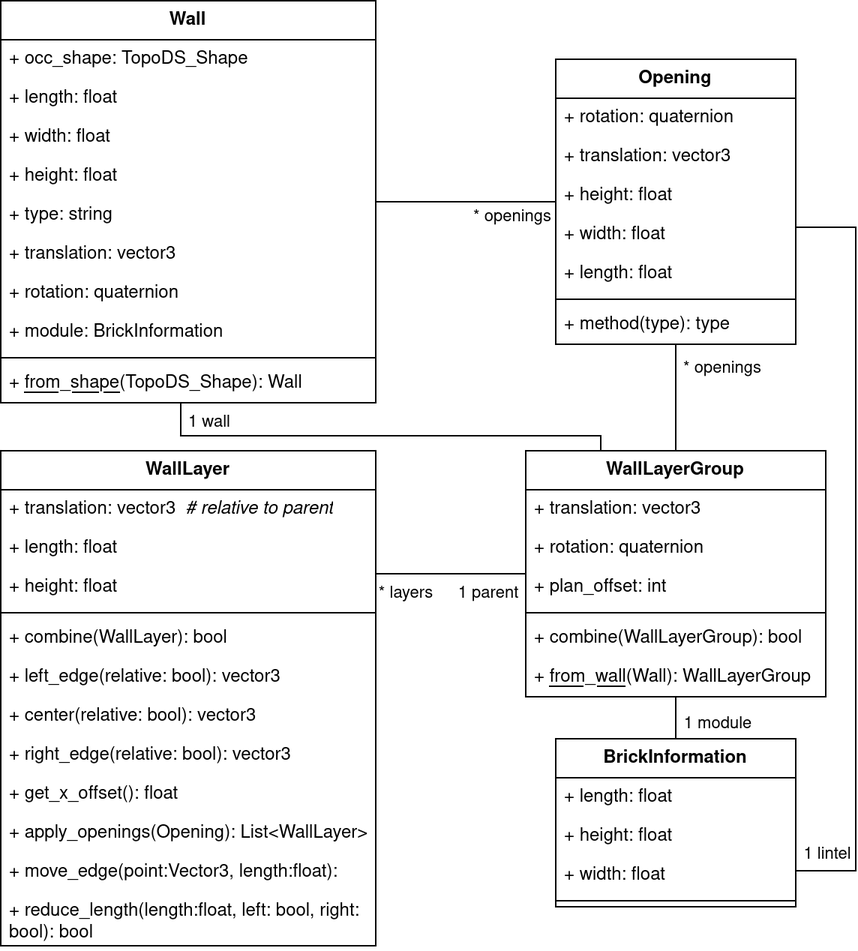
This is txt/fig/klassendiagramm_apply_module.drawio.png from rossizero/masterarbeit, a draw.io export, as it was before one commit. Source tidied: cells renumbered, new cells last; positions are measured from the earlier drawing's top-left corner, leaving out a move shared by most shapes.
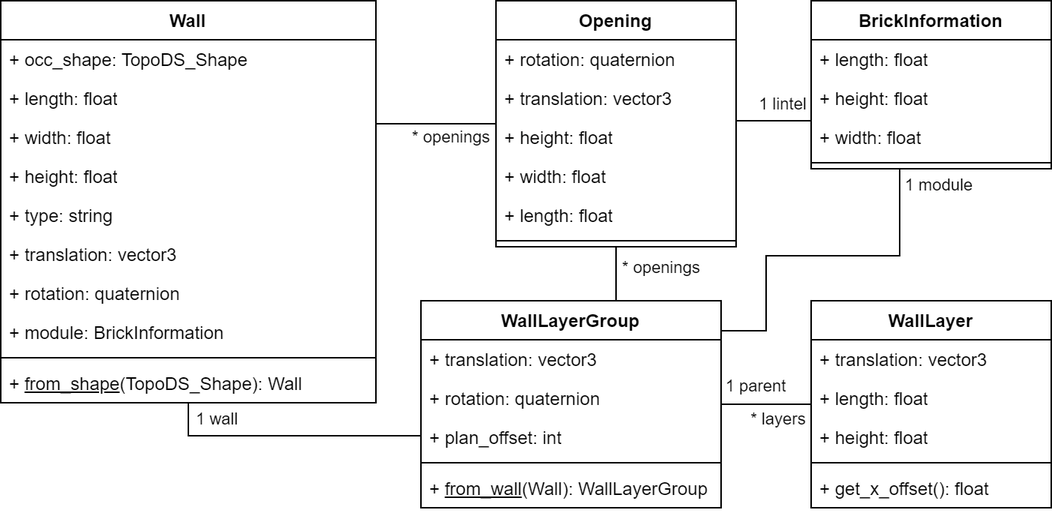
After the change.

What changed in the source:
```diff
@@ -35,11 +35,10 @@
     <mxCell id="12" value="+ &lt;u&gt;from_shape&lt;/u&gt;(TopoDS_Shape): Wall" style="text;strokeColor=none;fillColor=none;align=left;verticalAlign=top;spacingLeft=4;spacingRight=4;overflow=hidden;whiteSpace=wrap;html=1;" parent="2" vertex="1">
       <mxGeometry y="242" width="250" height="26" as="geometry" />
     </mxCell>
-    <mxCell id="13" style="edgeStyle=orthogonalEdgeStyle;rounded=0;jettySize=auto;html=1;exitX=0.5;exitY=0;exitDx=0;exitDy=0;endArrow=none;endFill=0;" parent="1" edge="1" source="17" target="46">
+    <mxCell id="13" style="edgeStyle=orthogonalEdgeStyle;rounded=0;jettySize=auto;html=1;exitX=0.5;exitY=0;exitDx=0;exitDy=0;endArrow=none;endFill=0;" parent="1" edge="1" source="17" target="39">
       <mxGeometry relative="1" as="geometry">
         <Array as="points">
-          <mxPoint x="450" y="260" />
-          <mxPoint x="450" y="260" />
+          <mxPoint x="410" y="200" />
         </Array>
       </mxGeometry>
     </mxCell>
@@ -48,21 +47,20 @@
         <mxPoint x="30" y="-1" as="offset" />
       </mxGeometry>
     </mxCell>
-    <mxCell id="15" style="edgeStyle=orthogonalEdgeStyle;rounded=0;jettySize=auto;html=1;exitX=0.25;exitY=0;exitDx=0;exitDy=0;entryX=0.5;entryY=1;entryDx=0;entryDy=0;endArrow=none;endFill=0;" parent="1" edge="1" source="17" target="2">
+    <mxCell id="15" style="edgeStyle=orthogonalEdgeStyle;rounded=0;jettySize=auto;html=1;entryX=0.5;entryY=1;entryDx=0;entryDy=0;endArrow=none;endFill=0;" parent="1" edge="1" source="17" target="2">
       <mxGeometry relative="1" as="geometry">
         <Array as="points">
-          <mxPoint x="400" y="290" />
-          <mxPoint x="120" y="290" />
+          <mxPoint x="125" y="290" />
         </Array>
       </mxGeometry>
     </mxCell>
     <mxCell id="16" value="1 wall" style="edgeLabel;html=1;align=center;verticalAlign=middle;" parent="15" vertex="1">
       <mxGeometry x="0.29" y="-2" relative="1" as="geometry">
-        <mxPoint x="-68" y="-8" as="offset" />
+        <mxPoint x="-22" y="-9" as="offset" />
       </mxGeometry>
     </mxCell>
     <mxCell id="17" value="&lt;div&gt;WallLayerGroup&lt;/div&gt;" style="swimlane;fontStyle=1;align=center;verticalAlign=top;horizontal=1;startSize=26;whiteSpace=wrap;html=1;" parent="1" vertex="1">
-      <mxGeometry x="350" y="300" width="200" height="164" as="geometry" />
+      <mxGeometry x="280" y="200" width="200" height="138" as="geometry" />
     </mxCell>
     <mxCell id="18" value="+ translation: vector3" style="text;strokeColor=none;fillColor=none;align=left;verticalAlign=top;spacingLeft=4;spacingRight=4;overflow=hidden;whiteSpace=wrap;html=1;" parent="17" vertex="1">
       <mxGeometry y="26" width="200" height="26" as="geometry" />
@@ -76,66 +74,42 @@
     <mxCell id="21" style="line;strokeWidth=1;fillColor=none;align=left;verticalAlign=middle;spacingTop=-1;spacingLeft=3;spacingRight=3;labelPosition=right;strokeColor=inherit;" parent="17" vertex="1">
       <mxGeometry y="104" width="200" height="8" as="geometry" />
     </mxCell>
-    <mxCell id="22" value="+ combine(WallLayerGroup): bool" style="text;strokeColor=none;fillColor=none;align=left;verticalAlign=top;spacingLeft=4;spacingRight=4;overflow=hidden;whiteSpace=wrap;html=1;" parent="17" vertex="1">
-      <mxGeometry y="112" width="200" height="26" as="geometry" />
-    </mxCell>
     <mxCell id="23" value="+ &lt;u&gt;from_wall&lt;/u&gt;(Wall): WallLayerGroup" style="text;strokeColor=none;fillColor=none;align=left;verticalAlign=top;spacingLeft=4;spacingRight=4;overflow=hidden;whiteSpace=wrap;html=1;" parent="17" vertex="1">
-      <mxGeometry y="138" width="200" height="26" as="geometry" />
+      <mxGeometry y="112" width="200" height="26" as="geometry" />
     </mxCell>
     <mxCell id="24" value="WallLayer" style="swimlane;fontStyle=1;align=center;verticalAlign=top;horizontal=1;startSize=26;whiteSpace=wrap;html=1;" parent="1" vertex="1">
-      <mxGeometry y="300" width="250" height="330" as="geometry" />
+      <mxGeometry x="540" y="200" width="160" height="138" as="geometry" />
     </mxCell>
-    <mxCell id="25" value="&lt;div&gt;+ translation: vector3&amp;nbsp; &lt;i&gt;# relative to parent&lt;/i&gt;&lt;br&gt;&lt;/div&gt;" style="text;strokeColor=none;fillColor=none;align=left;verticalAlign=top;spacingLeft=4;spacingRight=4;overflow=hidden;whiteSpace=wrap;html=1;" parent="24" vertex="1">
-      <mxGeometry y="26" width="250" height="26" as="geometry" />
+    <mxCell id="25" value="&lt;div&gt;+ translation: vector3&lt;br&gt;&lt;/div&gt;" style="text;strokeColor=none;fillColor=none;align=left;verticalAlign=top;spacingLeft=4;spacingRight=4;overflow=hidden;whiteSpace=wrap;html=1;" parent="24" vertex="1">
+      <mxGeometry y="26" width="160" height="26" as="geometry" />
     </mxCell>
     <mxCell id="26" value="&lt;div&gt;+ length: float&lt;/div&gt;" style="text;strokeColor=none;fillColor=none;align=left;verticalAlign=top;spacingLeft=4;spacingRight=4;overflow=hidden;whiteSpace=wrap;html=1;" parent="24" vertex="1">
-      <mxGeometry y="52" width="250" height="26" as="geometry" />
+      <mxGeometry y="52" width="160" height="26" as="geometry" />
     </mxCell>
     <mxCell id="27" value="&lt;div&gt;+ height: float&lt;/div&gt;" style="text;strokeColor=none;fillColor=none;align=left;verticalAlign=top;spacingLeft=4;spacingRight=4;overflow=hidden;points=[[0,0.5],[1,0.5]];portConstraint=eastwest;whiteSpace=wrap;html=1;" parent="24" vertex="1">
-      <mxGeometry y="78" width="250" height="26" as="geometry" />
+      <mxGeometry y="78" width="160" height="26" as="geometry" />
     </mxCell>
     <mxCell id="28" style="line;strokeWidth=1;fillColor=none;align=left;verticalAlign=middle;spacingTop=-1;spacingLeft=3;spacingRight=3;labelPosition=right;strokeColor=inherit;" parent="24" vertex="1">
-      <mxGeometry y="104" width="250" height="8" as="geometry" />
+      <mxGeometry y="104" width="160" height="8" as="geometry" />
     </mxCell>
-    <mxCell id="29" value="+ combine(WallLayer): bool" style="text;strokeColor=none;fillColor=none;align=left;verticalAlign=top;spacingLeft=4;spacingRight=4;overflow=hidden;whiteSpace=wrap;html=1;" parent="24" vertex="1">
-      <mxGeometry y="112" width="250" height="26" as="geometry" />
-    </mxCell>
-    <mxCell id="30" value="+ left_edge(relative: bool): vector3" style="text;strokeColor=none;fillColor=none;align=left;verticalAlign=top;spacingLeft=4;spacingRight=4;overflow=hidden;whiteSpace=wrap;html=1;" parent="24" vertex="1">
-      <mxGeometry y="138" width="250" height="26" as="geometry" />
-    </mxCell>
-    <mxCell id="31" value="+ center(relative: bool): vector3" style="text;strokeColor=none;fillColor=none;align=left;verticalAlign=top;spacingLeft=4;spacingRight=4;overflow=hidden;whiteSpace=wrap;html=1;" parent="24" vertex="1">
-      <mxGeometry y="164" width="250" height="26" as="geometry" />
-    </mxCell>
-    <mxCell id="32" value="+ right_edge(relative: bool): vector3" style="text;strokeColor=none;fillColor=none;align=left;verticalAlign=top;spacingLeft=4;spacingRight=4;overflow=hidden;whiteSpace=wrap;html=1;" parent="24" vertex="1">
-      <mxGeometry y="190" width="250" height="26" as="geometry" />
-    </mxCell>
     <mxCell id="33" value="+ get_x_offset(): float" style="text;strokeColor=none;fillColor=none;align=left;verticalAlign=top;spacingLeft=4;spacingRight=4;overflow=hidden;whiteSpace=wrap;html=1;" parent="24" vertex="1">
-      <mxGeometry y="216" width="250" height="26" as="geometry" />
+      <mxGeometry y="112" width="160" height="26" as="geometry" />
     </mxCell>
-    <mxCell id="34" value="+ apply_openings(Opening): List&amp;lt;WallLayer&amp;gt;" style="text;strokeColor=none;fillColor=none;align=left;verticalAlign=top;spacingLeft=4;spacingRight=4;overflow=hidden;whiteSpace=wrap;html=1;" parent="24" vertex="1">
-      <mxGeometry y="242" width="250" height="26" as="geometry" />
-    </mxCell>
-    <mxCell id="35" value="+ move_edge(point:Vector3, length:float): " style="text;strokeColor=none;fillColor=none;align=left;verticalAlign=top;spacingLeft=4;spacingRight=4;overflow=hidden;whiteSpace=wrap;html=1;" parent="24" vertex="1">
-      <mxGeometry y="268" width="250" height="26" as="geometry" />
-    </mxCell>
-    <mxCell id="36" value="+ reduce_length(length:float, left: bool, right: bool): bool" style="text;strokeColor=none;fillColor=none;align=left;verticalAlign=top;spacingLeft=4;spacingRight=4;overflow=hidden;whiteSpace=wrap;html=1;" parent="24" vertex="1">
-      <mxGeometry y="294" width="250" height="36" as="geometry" />
-    </mxCell>
     <mxCell id="37" style="edgeStyle=orthogonalEdgeStyle;rounded=0;jettySize=auto;html=1;endArrow=none;endFill=0;" parent="1" edge="1" source="39" target="47">
       <mxGeometry relative="1" as="geometry">
         <Array as="points">
-          <mxPoint x="570" y="151" />
-          <mxPoint x="570" y="580" />
+          <mxPoint x="530" y="80" />
+          <mxPoint x="530" y="80" />
         </Array>
       </mxGeometry>
     </mxCell>
     <mxCell id="38" value="1 lintel" style="edgeLabel;html=1;align=center;verticalAlign=middle;" parent="37" vertex="1">
       <mxGeometry x="0.58" y="1" relative="1" as="geometry">
-        <mxPoint x="-21" y="54" as="offset" />
+        <mxPoint x="-9" y="-10" as="offset" />
       </mxGeometry>
     </mxCell>
     <mxCell id="39" value="Opening" style="swimlane;fontStyle=1;align=center;verticalAlign=top;horizontal=1;startSize=26;whiteSpace=wrap;html=1;" parent="1" vertex="1">
-      <mxGeometry x="370" y="39" width="160" height="190" as="geometry" />
+      <mxGeometry x="330" width="160" height="164" as="geometry" />
     </mxCell>
     <mxCell id="40" value="+ rotation: quaternion" style="text;strokeColor=none;fillColor=none;align=left;verticalAlign=top;spacingLeft=4;spacingRight=4;overflow=hidden;whiteSpace=wrap;html=1;" parent="39" vertex="1">
       <mxGeometry y="26" width="160" height="26" as="geometry" />
@@ -155,11 +129,8 @@
     <mxCell id="45" style="line;strokeWidth=1;fillColor=none;align=left;verticalAlign=middle;spacingTop=-1;spacingLeft=3;spacingRight=3;labelPosition=right;strokeColor=inherit;" parent="39" vertex="1">
       <mxGeometry y="156" width="160" height="8" as="geometry" />
     </mxCell>
-    <mxCell id="46" value="+ method(type): type" style="text;strokeColor=none;fillColor=none;align=left;verticalAlign=top;spacingLeft=4;spacingRight=4;overflow=hidden;points=[[0,0.5],[1,0.5]];portConstraint=eastwest;whiteSpace=wrap;html=1;" parent="39" vertex="1">
-      <mxGeometry y="164" width="160" height="26" as="geometry" />
-    </mxCell>
     <mxCell id="47" value="BrickInformation" style="swimlane;fontStyle=1;align=center;verticalAlign=top;horizontal=1;startSize=26;whiteSpace=wrap;html=1;" parent="1" vertex="1">
-      <mxGeometry x="370" y="492" width="160" height="112" as="geometry" />
+      <mxGeometry x="540" width="160" height="112" as="geometry" />
     </mxCell>
     <mxCell id="48" value="+ length: float" style="text;strokeColor=none;fillColor=none;align=left;verticalAlign=top;spacingLeft=4;spacingRight=4;overflow=hidden;whiteSpace=wrap;html=1;" parent="47" vertex="1">
       <mxGeometry y="26" width="160" height="26" as="geometry" />
@@ -173,37 +144,44 @@
     <mxCell id="51" style="line;strokeWidth=1;fillColor=none;align=left;verticalAlign=middle;spacingTop=-1;spacingLeft=3;spacingRight=3;labelPosition=right;strokeColor=inherit;" parent="47" vertex="1">
       <mxGeometry y="104" width="160" height="8" as="geometry" />
     </mxCell>
-    <mxCell id="52" style="edgeStyle=orthogonalEdgeStyle;rounded=0;jettySize=auto;html=1;endArrow=none;endFill=0;entryX=1;entryY=0.5;entryDx=0;entryDy=0;" parent="1" edge="1" source="17" target="27">
-      <mxGeometry relative="1" as="geometry">
-        <Array as="points">
-          <mxPoint x="250" y="382" />
-        </Array>
-      </mxGeometry>
+    <mxCell id="52" style="edgeStyle=orthogonalEdgeStyle;rounded=0;jettySize=auto;html=1;endArrow=none;endFill=0;" parent="1" edge="1" source="17" target="24">
+      <mxGeometry relative="1" as="geometry" />
     </mxCell>
     <mxCell id="53" value="* layers" style="edgeLabel;html=1;align=center;verticalAlign=middle;" parent="52" vertex="1">
       <mxGeometry x="-0.91" relative="1" as="geometry">
-        <mxPoint x="-76" y="12" as="offset" />
+        <mxPoint x="35" y="10" as="offset" />
       </mxGeometry>
     </mxCell>
     <mxCell id="54" value="1 parent" style="edgeLabel;html=1;align=center;verticalAlign=middle;" parent="52" vertex="1">
       <mxGeometry x="0.95" y="1" relative="1" as="geometry">
-        <mxPoint x="73" y="5" as="offset" />
+        <mxPoint x="-36" y="-11" as="offset" />
       </mxGeometry>
     </mxCell>
     <mxCell id="55" style="edgeStyle=orthogonalEdgeStyle;rounded=0;jettySize=auto;html=1;endArrow=none;endFill=0;" parent="1" edge="1" source="2" target="39">
-      <mxGeometry relative="1" as="geometry" />
+      <mxGeometry relative="1" as="geometry">
+        <Array as="points">
+          <mxPoint x="290" y="82" />
+          <mxPoint x="290" y="82" />
+        </Array>
+      </mxGeometry>
     </mxCell>
     <mxCell id="56" value="* openings" style="edgeLabel;html=1;align=center;verticalAlign=middle;" parent="55" vertex="1">
       <mxGeometry x="-0.79" y="1" relative="1" as="geometry">
-        <mxPoint x="77" y="10" as="offset" />
+        <mxPoint x="41" y="10" as="offset" />
       </mxGeometry>
     </mxCell>
     <mxCell id="57" style="edgeStyle=orthogonalEdgeStyle;rounded=0;jettySize=auto;html=1;endArrow=none;endFill=0;" parent="1" edge="1" source="17" target="47">
-      <mxGeometry relative="1" as="geometry" />
+      <mxGeometry relative="1" as="geometry">
+        <Array as="points">
+          <mxPoint x="510" y="220" />
+          <mxPoint x="510" y="170" />
+          <mxPoint x="599" y="170" />
+        </Array>
+      </mxGeometry>
     </mxCell>
     <mxCell id="58" value="1 module" style="edgeLabel;html=1;align=center;verticalAlign=middle;" parent="57" vertex="1">
       <mxGeometry x="0.89" y="2" relative="1" as="geometry">
-        <mxPoint x="25" y="-8" as="offset" />
+        <mxPoint x="28" y="-1" as="offset" />
       </mxGeometry>
     </mxCell>
   </root>
```
